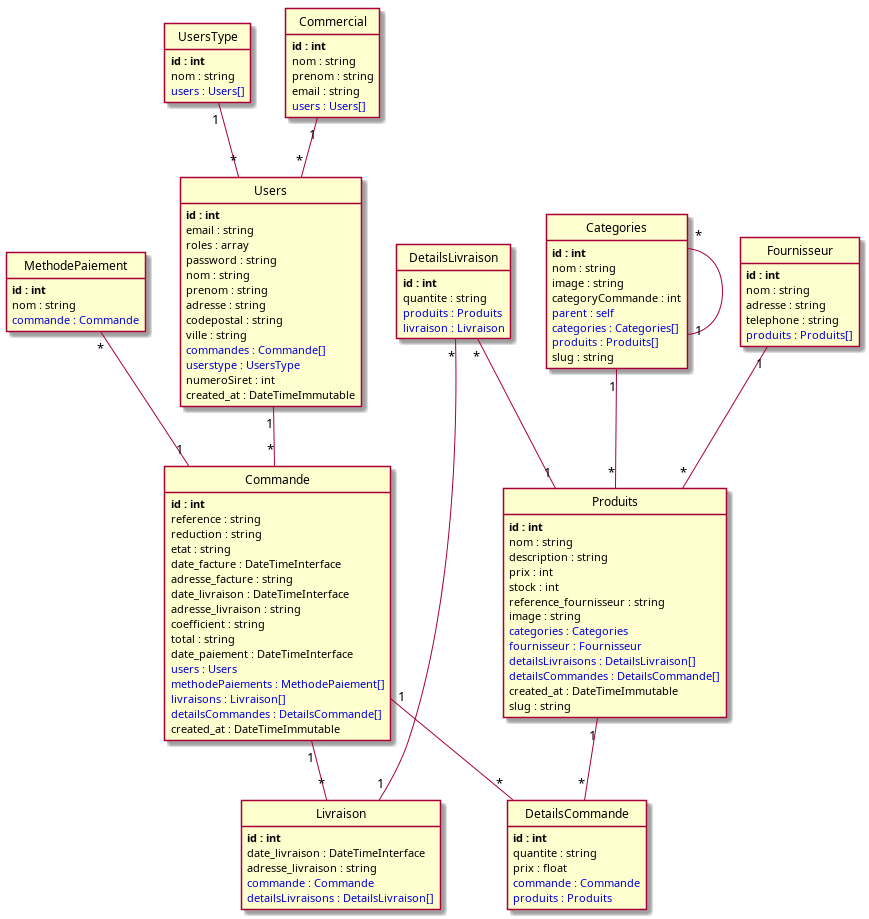
This is puml/index.png from Nkuedila/Projet-VillageGreen, a PlantUML export, as it was before one commit. Its source is kept beside it as puml/index.puml.
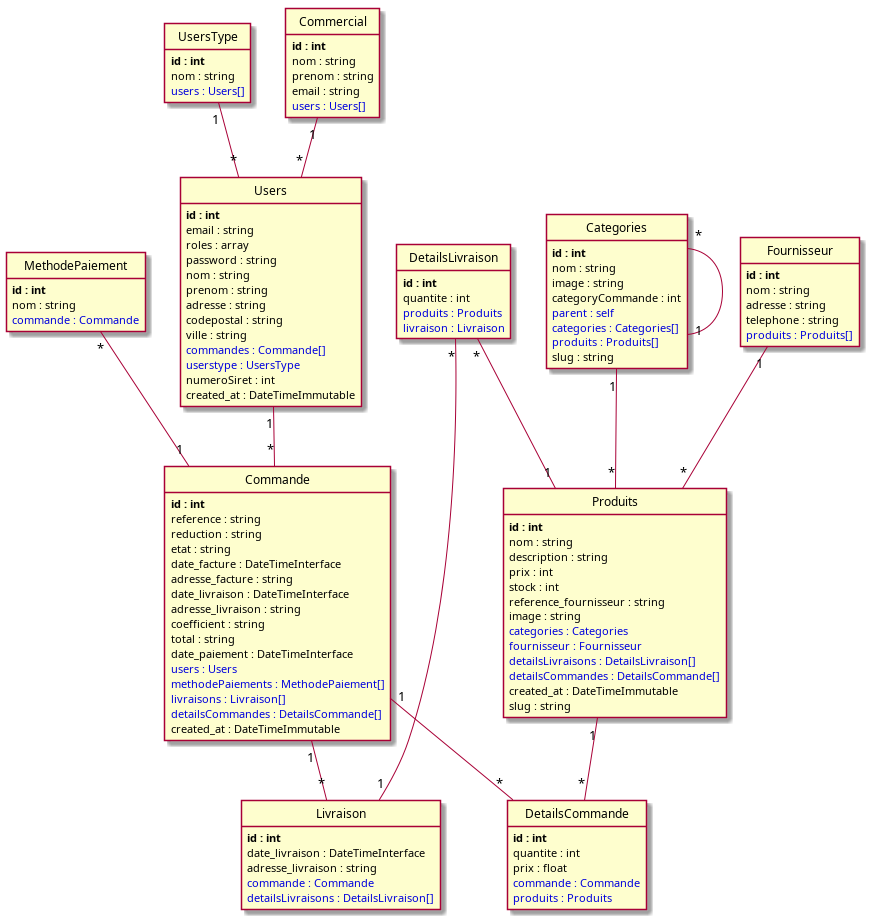
After the change.

Change to the diagram source:
```diff
@@ -45,7 +45,7 @@
 
 class DetailsLivraison {
 	**id : int**
-	quantite : string
+	quantite : int
 	<color:#0000dd>produits : Produits</color>
 	<color:#0000dd>livraison : Livraison</color>
 }
@@ -106,7 +106,7 @@
 
 class DetailsCommande {
 	**id : int**
-	quantite : string
+	quantite : int
 	prix : float
 	<color:#0000dd>commande : Commande</color>
 	<color:#0000dd>produits : Produits</color>
```
